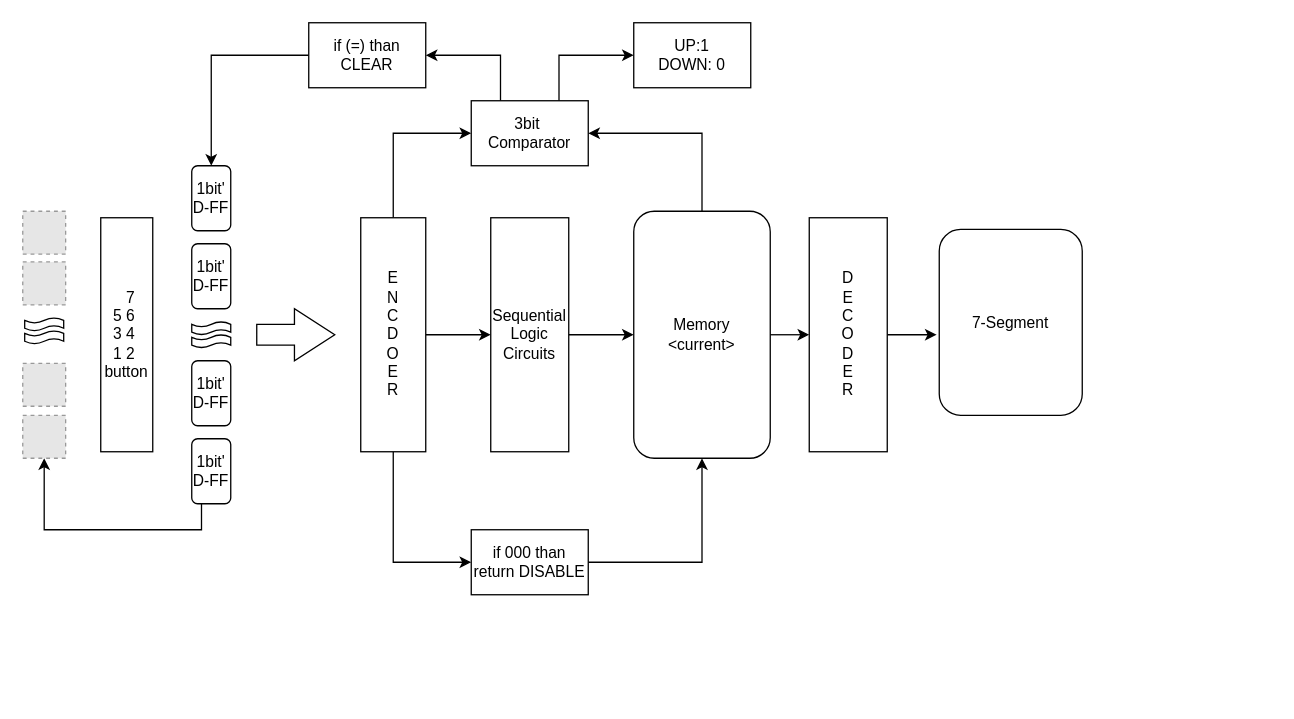
Earlier version of the draw.io diagram 발표용_4비트엘리베이터.drawio (CherryPichu/Elevator_Controller). Source tidied: cells renumbered, new cells numbered last; positions are measured from the earlier drawing's top-left corner, leaving out a move shared by most shapes. Both pictures are drawn from the tidied source at 130%, with x=0, y=0 at pixel (22, 22). Pictures stored in the file or linked from it are replaced by grey dashed boxes.
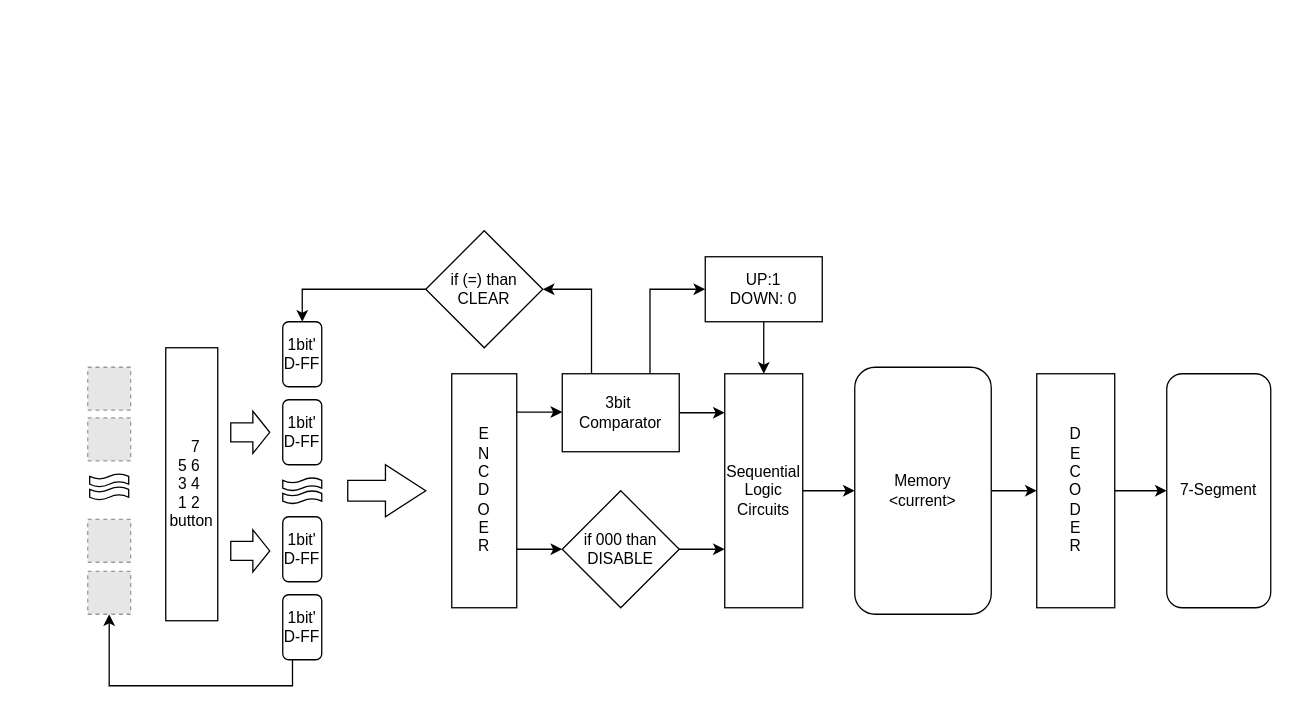
The same diagram, later.

Commit message:
Update 발표용_4비트엘리베이터.drawio

Diff of the diagram source:
```diff
@@
     <mxCell id="3" value="Sequential&lt;br&gt;Logic Circuits" style="rounded=1;whiteSpace=wrap;html=1;arcSize=0;" parent="1" vertex="1">
-      <mxGeometry x="360" y="150" width="60" height="180" as="geometry" />
+      <mxGeometry x="540" y="270" width="60" height="180" as="geometry" />
     </mxCell>
+    <mxCell id="5" style="edgeStyle=orthogonalEdgeStyle;rounded=0;jettySize=auto;html=1;exitX=0.75;exitY=0;exitDx=0;exitDy=0;entryX=0;entryY=0.5;entryDx=0;entryDy=0;" parent="1" edge="1" source="6" target="17">
+      <mxGeometry relative="1" as="geometry" />
+    </mxCell>
@@
-    <mxCell id="5" style="edgeStyle=orthogonalEdgeStyle;rounded=0;jettySize=auto;html=1;exitX=0.75;exitY=0;exitDx=0;exitDy=0;entryX=0;entryY=0.5;entryDx=0;entryDy=0;" parent="1" edge="1" source="6" target="17">
-      <mxGeometry relative="1" as="geometry" />
-    </mxCell>
+    <mxCell id="37" style="edgeStyle=orthogonalEdgeStyle;rounded=0;jettySize=auto;html=1;exitX=1;exitY=0.5;exitDx=0;exitDy=0;" parent="1" edge="1" source="6">
+      <mxGeometry relative="1" as="geometry">
+        <mxPoint x="540" y="300" as="targetPoint" />
+      </mxGeometry>
+    </mxCell>
     <mxCell id="6" value="3bit&amp;nbsp; Comparator" style="rounded=1;whiteSpace=wrap;html=1;arcSize=0;" parent="1" vertex="1">
-      <mxGeometry x="345" y="60" width="90" height="50" as="geometry" />
+      <mxGeometry x="415" y="270" width="90" height="60" as="geometry" />
     </mxCell>
     <mxCell id="7" value="&amp;nbsp; 7&lt;br&gt;5 6&amp;nbsp;&lt;br&gt;3 4&amp;nbsp;&lt;br&gt;1 2&amp;nbsp;&lt;br&gt;button" style="rounded=1;whiteSpace=wrap;html=1;arcSize=0;" parent="1" vertex="1">
-      <mxGeometry x="60" y="150" width="40" height="180" as="geometry" />
+      <mxGeometry x="110" y="250" width="40" height="210" as="geometry" />
     </mxCell>
-    <mxCell id="8" style="edgeStyle=orthogonalEdgeStyle;rounded=0;jettySize=auto;html=1;exitX=0.5;exitY=1;exitDx=0;exitDy=0;entryX=0;entryY=0.5;entryDx=0;entryDy=0;" parent="1" edge="1" source="11" target="26">
-      <mxGeometry relative="1" as="geometry" />
-    </mxCell>
-    <mxCell id="9" style="edgeStyle=orthogonalEdgeStyle;rounded=0;jettySize=auto;html=1;exitX=0.5;exitY=0;exitDx=0;exitDy=0;entryX=0;entryY=0.5;entryDx=0;entryDy=0;" parent="1" edge="1" source="11" target="6">
-      <mxGeometry relative="1" as="geometry" />
-    </mxCell>
-    <mxCell id="10" style="edgeStyle=orthogonalEdgeStyle;rounded=0;jettySize=auto;html=1;exitX=1;exitY=0.5;exitDx=0;exitDy=0;entryX=0;entryY=0.5;entryDx=0;entryDy=0;" parent="1" edge="1" source="11" target="3">
-      <mxGeometry relative="1" as="geometry" />
-    </mxCell>
+    <mxCell id="38" style="edgeStyle=orthogonalEdgeStyle;rounded=0;jettySize=auto;html=1;exitX=1;exitY=0.75;exitDx=0;exitDy=0;entryX=0;entryY=0.5;entryDx=0;entryDy=0;" parent="1" edge="1" source="11" target="41">
+      <mxGeometry relative="1" as="geometry" />
+    </mxCell>
     <mxCell id="11" value="E&lt;br&gt;N&lt;br&gt;C&lt;br&gt;D&lt;br&gt;O&lt;br&gt;E&lt;br&gt;R" style="rounded=1;whiteSpace=wrap;html=1;arcSize=0;" parent="1" vertex="1">
-      <mxGeometry x="260" y="150" width="50" height="180" as="geometry" />
+      <mxGeometry x="330" y="270" width="50" height="180" as="geometry" />
     </mxCell>
     <mxCell id="12" value="7-Segment" style="rounded=1;whiteSpace=wrap;html=1;" parent="1" vertex="1">
-      <mxGeometry x="705" y="159" width="110" height="143" as="geometry" />
+      <mxGeometry x="880" y="270" width="80" height="180" as="geometry" />
     </mxCell>
-    <mxCell id="13" style="edgeStyle=orthogonalEdgeStyle;rounded=0;jettySize=auto;html=1;exitX=1;exitY=0.5;exitDx=0;exitDy=0;entryX=-0.018;entryY=0.563;entryDx=0;entryDy=0;entryPerimeter=0;" parent="1" edge="1" source="14" target="12">
+    <mxCell id="13" style="edgeStyle=orthogonalEdgeStyle;rounded=0;jettySize=auto;html=1;exitX=1;exitY=0.5;exitDx=0;exitDy=0;entryX=0;entryY=0.5;entryDx=0;entryDy=0;" parent="1" edge="1" source="14" target="12">
       <mxGeometry relative="1" as="geometry" />
     </mxCell>
     <mxCell id="14" value="D&lt;br&gt;E&lt;br&gt;C&lt;br&gt;O&lt;br&gt;D&lt;br&gt;E&lt;br&gt;R" style="rounded=1;whiteSpace=wrap;html=1;arcSize=0;" parent="1" vertex="1">
-      <mxGeometry x="605" y="150" width="60" height="180" as="geometry" />
+      <mxGeometry x="780" y="270" width="60" height="180" as="geometry" />
     </mxCell>
@@
     <mxCell id="16" value="1bit'&lt;br&gt;D-FF" style="rounded=1;whiteSpace=wrap;html=1;" parent="1" vertex="1">
-      <mxGeometry x="130" y="320" width="30" height="50" as="geometry" />
+      <mxGeometry x="200" y="440" width="30" height="50" as="geometry" />
     </mxCell>
+    <mxCell id="39" style="edgeStyle=orthogonalEdgeStyle;rounded=0;jettySize=auto;html=1;exitX=0.5;exitY=1;exitDx=0;exitDy=0;entryX=0.5;entryY=0;entryDx=0;entryDy=0;" parent="1" edge="1" source="17" target="3">
+      <mxGeometry relative="1" as="geometry" />
+    </mxCell>
     <mxCell id="17" value="UP:1&lt;br&gt;DOWN: 0" style="rounded=1;whiteSpace=wrap;html=1;arcSize=0;" parent="1" vertex="1">
-      <mxGeometry x="470" width="90" height="50" as="geometry" />
+      <mxGeometry x="525" y="180" width="90" height="50" as="geometry" />
     </mxCell>
     <mxCell id="18" style="html=1;shadow=0;dashed=0;align=center;verticalAlign=middle;shape=mxgraph.arrows2.arrow;dy=0.6;dx=31;notch=0;rotation=0;" parent="1" vertex="1">
-      <mxGeometry x="180" y="220" width="60" height="40" as="geometry" />
+      <mxGeometry x="250" y="340" width="60" height="40" as="geometry" />
     </mxCell>
     <mxCell id="19" style="shape=tape;whiteSpace=wrap;html=1;direction=south;rotation=90;" parent="1" vertex="1">
-      <mxGeometry x="140" y="220" width="10" height="30" as="geometry" />
+      <mxGeometry x="210" y="340" width="10" height="30" as="geometry" />
     </mxCell>
-    <mxCell id="20" style="edgeStyle=orthogonalEdgeStyle;rounded=0;jettySize=auto;html=1;exitX=0;exitY=0.5;exitDx=0;exitDy=0;entryX=0.5;entryY=0;entryDx=0;entryDy=0;" parent="1" edge="1" source="21" target="32">
-      <mxGeometry relative="1" as="geometry" />
-    </mxCell>
-    <mxCell id="21" value="if (=) than&lt;br&gt;CLEAR" style="rounded=1;whiteSpace=wrap;html=1;arcSize=0;" parent="1" vertex="1">
-      <mxGeometry x="220" width="90" height="50" as="geometry" />
-    </mxCell>
     <mxCell id="22" style="fillColor=#E6E6E6;strokeColor=#999999;dashed=1;html=1;verticalAlign=top;verticalLabelPosition=bottom;labelBackgroundColor=#ffffff;" parent="1" vertex="1">
-      <mxGeometry y="145" width="33" height="33" as="geometry" />
+      <mxGeometry x="50" y="265" width="33" height="33" as="geometry" />
     </mxCell>
     <mxCell id="23" style="fillColor=#E6E6E6;strokeColor=#999999;dashed=1;html=1;verticalAlign=top;verticalLabelPosition=bottom;labelBackgroundColor=#ffffff;" parent="1" vertex="1">
-      <mxGeometry y="184" width="33" height="33" as="geometry" />
+      <mxGeometry x="50" y="304" width="33" height="33" as="geometry" />
     </mxCell>
     <mxCell id="24" style="fillColor=#E6E6E6;strokeColor=#999999;dashed=1;html=1;verticalAlign=top;verticalLabelPosition=bottom;labelBackgroundColor=#ffffff;" parent="1" vertex="1">
-      <mxGeometry y="262" width="33" height="33" as="geometry" />
+      <mxGeometry x="50" y="382" width="33" height="33" as="geometry" />
     </mxCell>
-    <mxCell id="25" style="edgeStyle=orthogonalEdgeStyle;rounded=0;jettySize=auto;html=1;exitX=1;exitY=0.5;exitDx=0;exitDy=0;entryX=0.5;entryY=1;entryDx=0;entryDy=0;" parent="1" edge="1" source="26" target="29">
-      <mxGeometry relative="1" as="geometry" />
-    </mxCell>
-    <mxCell id="26" value="if 000 than&lt;br&gt;return DISABLE" style="rounded=1;whiteSpace=wrap;html=1;arcSize=0;" parent="1" vertex="1">
-      <mxGeometry x="345" y="390" width="90" height="50" as="geometry" />
-    </mxCell>
-    <mxCell id="27" style="edgeStyle=orthogonalEdgeStyle;rounded=0;jettySize=auto;html=1;exitX=0.5;exitY=0;exitDx=0;exitDy=0;entryX=1;entryY=0.5;entryDx=0;entryDy=0;" parent="1" edge="1" source="29" target="6">
-      <mxGeometry relative="1" as="geometry" />
-    </mxCell>
@@
     <mxCell id="29" value="Memory&lt;br&gt;&amp;lt;current&amp;gt;" style="rounded=1;whiteSpace=wrap;html=1;" parent="1" vertex="1">
-      <mxGeometry x="470" y="145" width="105" height="190" as="geometry" />
+      <mxGeometry x="640" y="265" width="105" height="190" as="geometry" />
     </mxCell>
     <mxCell id="30" value="1bit'&lt;br&gt;D-FF" style="rounded=1;whiteSpace=wrap;html=1;" parent="1" vertex="1">
-      <mxGeometry x="130" y="260" width="30" height="50" as="geometry" />
+      <mxGeometry x="200" y="380" width="30" height="50" as="geometry" />
     </mxCell>
     <mxCell id="31" value="1bit'&lt;br&gt;D-FF" style="rounded=1;whiteSpace=wrap;html=1;" parent="1" vertex="1">
-      <mxGeometry x="130" y="170" width="30" height="50" as="geometry" />
+      <mxGeometry x="200" y="290" width="30" height="50" as="geometry" />
     </mxCell>
     <mxCell id="32" value="1bit'&lt;br&gt;D-FF" style="rounded=1;whiteSpace=wrap;html=1;" parent="1" vertex="1">
-      <mxGeometry x="130" y="110" width="30" height="50" as="geometry" />
+      <mxGeometry x="200" y="230" width="30" height="50" as="geometry" />
     </mxCell>
     <mxCell id="33" style="shape=tape;whiteSpace=wrap;html=1;direction=south;rotation=90;" parent="1" vertex="1">
-      <mxGeometry x="140" y="230" width="10" height="30" as="geometry" />
+      <mxGeometry x="210" y="350" width="10" height="30" as="geometry" />
     </mxCell>
     <mxCell id="34" style="shape=tape;whiteSpace=wrap;html=1;direction=south;rotation=90;" parent="1" vertex="1">
-      <mxGeometry x="11.5" y="217" width="10" height="30" as="geometry" />
+      <mxGeometry x="61.5" y="337" width="10" height="30" as="geometry" />
     </mxCell>
     <mxCell id="35" style="shape=tape;whiteSpace=wrap;html=1;direction=south;rotation=90;" parent="1" vertex="1">
-      <mxGeometry x="11.5" y="227" width="10" height="30" as="geometry" />
+      <mxGeometry x="61.5" y="347" width="10" height="30" as="geometry" />
     </mxCell>
     <mxCell id="36" style="fillColor=#E6E6E6;strokeColor=#999999;dashed=1;html=1;verticalAlign=top;verticalLabelPosition=bottom;labelBackgroundColor=#ffffff;" parent="1" vertex="1">
-      <mxGeometry y="302" width="33" height="33" as="geometry" />
+      <mxGeometry x="50" y="422" width="33" height="33" as="geometry" />
     </mxCell>
+    <mxCell id="40" style="edgeStyle=orthogonalEdgeStyle;rounded=0;jettySize=auto;html=1;exitX=1;exitY=0.5;exitDx=0;exitDy=0;entryX=0;entryY=0.75;entryDx=0;entryDy=0;" parent="1" edge="1" source="41" target="3">
+      <mxGeometry relative="1" as="geometry" />
+    </mxCell>
+    <mxCell id="41" value="&lt;span&gt;if 000 than&lt;/span&gt;&lt;br&gt;&lt;span&gt;DISABLE&lt;/span&gt;" style="rhombus;whiteSpace=wrap;html=1;" parent="1" vertex="1">
+      <mxGeometry x="415" y="360" width="90" height="90" as="geometry" />
+    </mxCell>
+    <mxCell id="20" style="edgeStyle=orthogonalEdgeStyle;rounded=0;jettySize=auto;html=1;exitX=0;exitY=0.5;exitDx=0;exitDy=0;entryX=0.5;entryY=0;entryDx=0;entryDy=0;" parent="1" edge="1" source="21" target="32">
+      <mxGeometry relative="1" as="geometry" />
+    </mxCell>
+    <mxCell id="21" value="if (=) than&lt;br&gt;CLEAR" style="rhombus;whiteSpace=wrap;html=1;" parent="1" vertex="1">
+      <mxGeometry x="310" y="160" width="90" height="90" as="geometry" />
+    </mxCell>
+    <mxCell id="42" style="html=1;shadow=0;dashed=0;align=center;verticalAlign=middle;shape=mxgraph.arrows2.arrow;dy=0.55;dx=13;notch=0;rotation=0;" parent="1" vertex="1">
+      <mxGeometry x="160" y="298.8" width="30" height="32.5" as="geometry" />
+    </mxCell>
+    <mxCell id="43" style="html=1;shadow=0;dashed=0;align=center;verticalAlign=middle;shape=mxgraph.arrows2.arrow;dy=0.55;dx=13;notch=0;rotation=0;" parent="1" vertex="1">
+      <mxGeometry x="160" y="390" width="30" height="32.5" as="geometry" />
+    </mxCell>
+    <mxCell id="44" style="edgeStyle=orthogonalEdgeStyle;rounded=0;orthogonalLoop=1;jettySize=auto;html=1;exitX=1;exitY=0.5;exitDx=0;exitDy=0;" parent="1" edge="1">
+      <mxGeometry relative="1" as="geometry">
+        <mxPoint x="380" y="299.5" as="sourcePoint" />
+        <mxPoint x="415" y="299.5" as="targetPoint" />
+      </mxGeometry>
+    </mxCell>
```
